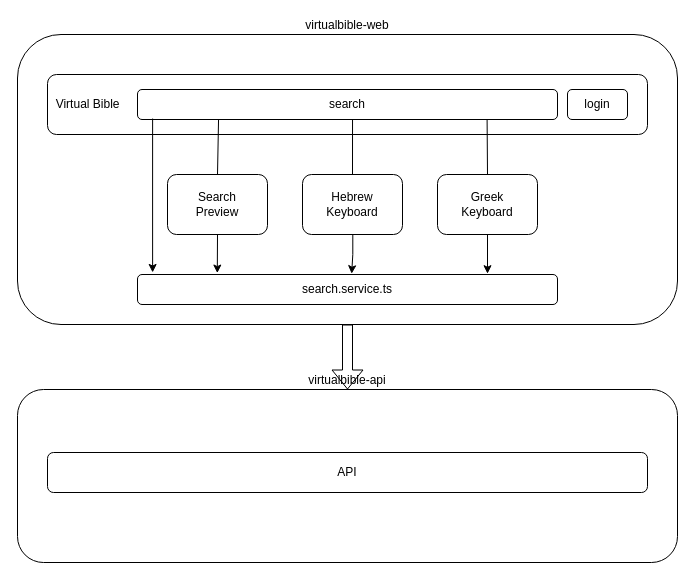
This is virtualbible-web-search.drawio from nycpivot/virtualbible-ops, a draw.io file, before an edit. Source tidied: cells renumbered, new cells numbered last; positions are measured from the earlier drawing's top-left corner, leaving out a move shared by most shapes. Both pictures are drawn from the tidied source at 100%, with x=0, y=0 at pixel (17, 34).
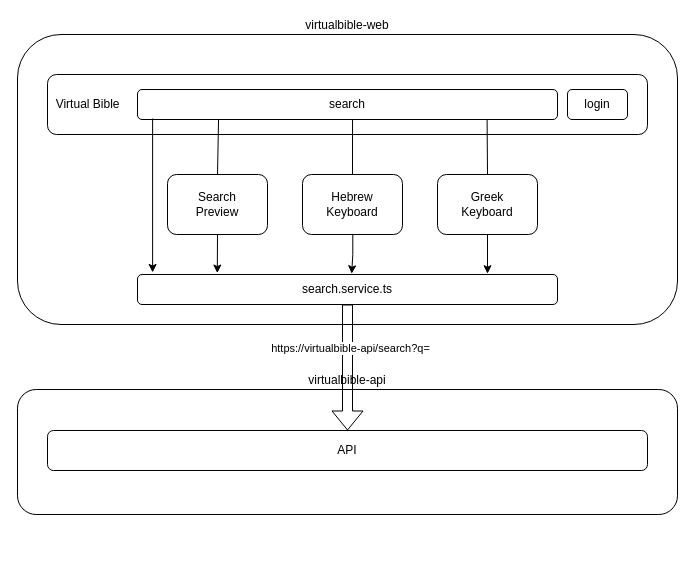
Above is the later version.

Unchanged cells that the change refers to:
```xml
<mxCell id="3" value="virtualbible-web" style="rounded=1;whiteSpace=wrap;html=1;labelPosition=center;verticalLabelPosition=top;align=center;verticalAlign=bottom;" parent="1" vertex="1">
  <mxGeometry width="660" height="290" as="geometry" />
</mxCell>
<mxCell id="14" value="search.service.ts" style="rounded=1;whiteSpace=wrap;html=1;" parent="1" vertex="1">
  <mxGeometry x="120" y="240" width="420" height="30" as="geometry" />
</mxCell>
```

What changed in the source:
```diff
@@
     <mxCell id="2" value="virtualbible-api" style="rounded=1;whiteSpace=wrap;html=1;labelPosition=center;verticalLabelPosition=top;align=center;verticalAlign=bottom;" parent="1" vertex="1">
-      <mxGeometry y="355" width="660" height="173" as="geometry" />
+      <mxGeometry y="355" width="660" height="125" as="geometry" />
     </mxCell>
@@
     <mxCell id="18" value="API" style="rounded=1;whiteSpace=wrap;html=1;" parent="1" vertex="1">
-      <mxGeometry x="30" y="418" width="600" height="40" as="geometry" />
+      <mxGeometry x="30" y="396" width="600" height="40" as="geometry" />
     </mxCell>
-    <mxCell id="19" style="shape=flexArrow;endArrow=classic;html=1;rounded=0;exitX=0.5;exitY=1;exitDx=0;exitDy=0;entryX=0.5;entryY=0;entryDx=0;entryDy=0;" parent="1" edge="1" source="3" target="2">
+    <mxCell id="19" style="shape=flexArrow;endArrow=classic;html=1;rounded=0;exitX=0.5;exitY=1;exitDx=0;exitDy=0;entryX=0.5;entryY=0;entryDx=0;entryDy=0;" parent="1" edge="1" source="14" target="18">
       <mxGeometry relative="1" as="geometry" />
     </mxCell>
+    <mxCell id="20" value="https://virtualbible-api/search?q=" style="edgeLabel;html=1;align=center;verticalAlign=middle;" parent="19" vertex="1">
+      <mxGeometry x="-0.31" y="2" relative="1" as="geometry" />
+    </mxCell>
```
